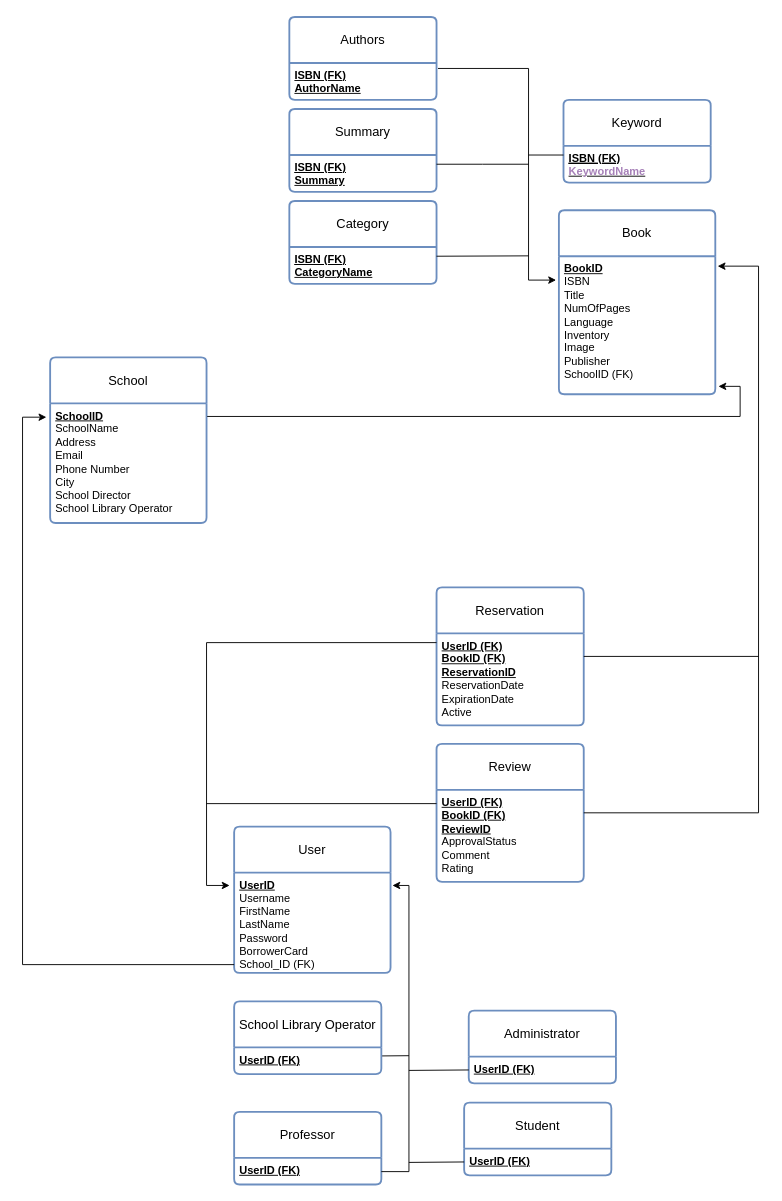
Earlier version of the draw.io diagram diagrams/Prosxedio-relational.drawio (ntua-el19877/Databases). Source tidied: cells renumbered, new cells numbered last; positions are measured from the earlier drawing's top-left corner, leaving out a move shared by most shapes. Both pictures are drawn from the tidied source at 92%, with x=0, y=0 at pixel (22, 17).
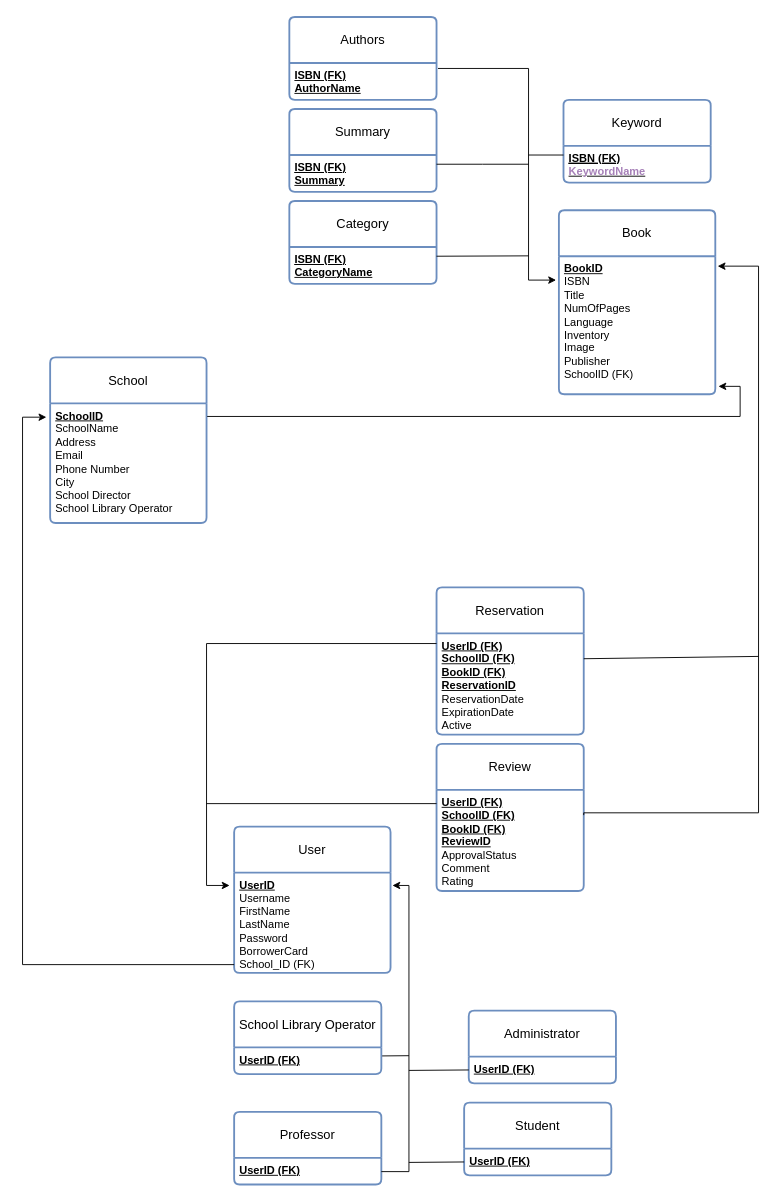
The same diagram, later.

The edit, as a diff of the source:
```diff
@@
     <mxCell id="23" value="Review" style="swimlane;horizontal=1;startSize=50;rounded=1;fontSize=14;fontStyle=0;strokeWidth=2;shadow=0;dashed=0;align=center;arcSize=4;whiteSpace=wrap;html=1;fillColor=default;strokeColor=#6c8ebf;" parent="1" vertex="1">
-      <mxGeometry x="450" y="790" width="160" height="150" as="geometry" />
+      <mxGeometry x="450" y="790" width="160" height="160" as="geometry" />
     </mxCell>
-    <mxCell id="24" value="&lt;b&gt;&lt;u&gt;UserID (FK)&lt;br&gt;BookID (FK)&lt;br&gt;ReviewID&lt;/u&gt;&lt;/b&gt;&lt;br&gt;ApprovalStatus&lt;br&gt;Comment&lt;br&gt;Rating" style="align=left;strokeColor=none;fillColor=none;spacingLeft=4;fontSize=12;verticalAlign=top;html=1;" parent="23" vertex="1">
-      <mxGeometry y="50" width="160" height="100" as="geometry" />
+    <mxCell id="24" value="&lt;b&gt;&lt;u&gt;UserID (FK)&lt;br&gt;SchoolID (FK)&lt;br&gt;BookID (FK)&lt;br&gt;ReviewID&lt;/u&gt;&lt;/b&gt;&lt;br&gt;ApprovalStatus&lt;br&gt;Comment&lt;br&gt;Rating" style="align=left;strokeColor=none;fillColor=none;spacingLeft=4;fontSize=12;verticalAlign=top;html=1;" parent="23" vertex="1">
+      <mxGeometry y="50" width="160" height="110" as="geometry" />
     </mxCell>
     <mxCell id="25" value="Reservation" style="swimlane;horizontal=1;startSize=50;rounded=1;fontSize=14;fontStyle=0;strokeWidth=2;shadow=0;dashed=0;align=center;arcSize=4;whiteSpace=wrap;html=1;fillColor=default;strokeColor=#6c8ebf;" parent="1" vertex="1">
-      <mxGeometry x="450" y="620" width="160" height="150" as="geometry" />
+      <mxGeometry x="450" y="620" width="160" height="160" as="geometry" />
     </mxCell>
-    <mxCell id="26" value="&lt;b style=&quot;text-decoration-line: underline;&quot;&gt;UserID (FK)&lt;/b&gt;&lt;br&gt;&lt;b style=&quot;text-decoration-line: underline;&quot;&gt;BookID (FK)&lt;/b&gt;&lt;br&gt;&lt;b style=&quot;text-decoration-line: underline;&quot;&gt;ReservationID&lt;/b&gt;&lt;br&gt;ReservationDate&lt;br&gt;ExpirationDate&lt;br&gt;Active" style="align=left;strokeColor=none;fillColor=none;spacingLeft=4;fontSize=12;verticalAlign=top;html=1;" parent="25" vertex="1">
-      <mxGeometry y="50" width="160" height="100" as="geometry" />
+    <mxCell id="26" value="&lt;u&gt;&lt;b&gt;UserID (FK)&lt;br&gt;SchoolID (FK)&lt;/b&gt;&lt;/u&gt;&lt;br&gt;&lt;b style=&quot;text-decoration-line: underline;&quot;&gt;BookID (FK)&lt;/b&gt;&lt;br&gt;&lt;b style=&quot;text-decoration-line: underline;&quot;&gt;ReservationID&lt;/b&gt;&lt;br&gt;ReservationDate&lt;br&gt;ExpirationDate&lt;br&gt;Active" style="align=left;strokeColor=none;fillColor=none;spacingLeft=4;fontSize=12;verticalAlign=top;html=1;" parent="25" vertex="1">
+      <mxGeometry y="50" width="160" height="110" as="geometry" />
     </mxCell>
```
